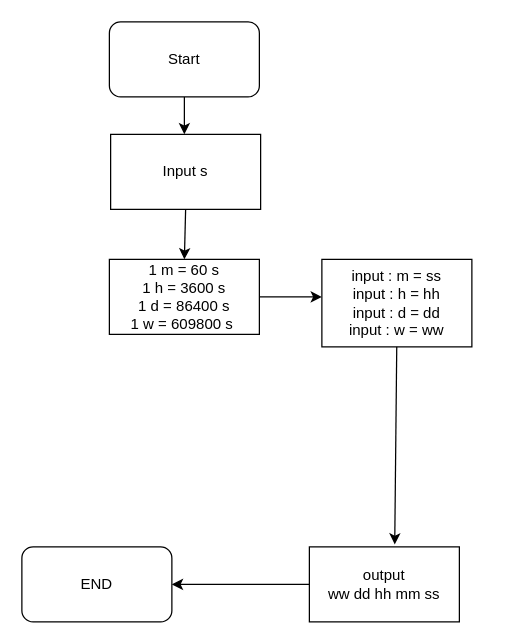
ajnacodes/Algorithms-and-Data-Structures---collab--with--Iris--Day-1 keeps this draw.io diagram as Daniela/intermediate1.drawio. Above is the earlier version. Source tidied: cells renumbered, new cells numbered last; positions are measured from the earlier drawing's top-left corner, leaving out a move shared by most shapes. Both pictures are drawn from the tidied source at 125%, with x=0, y=0 at pixel (21, 21).
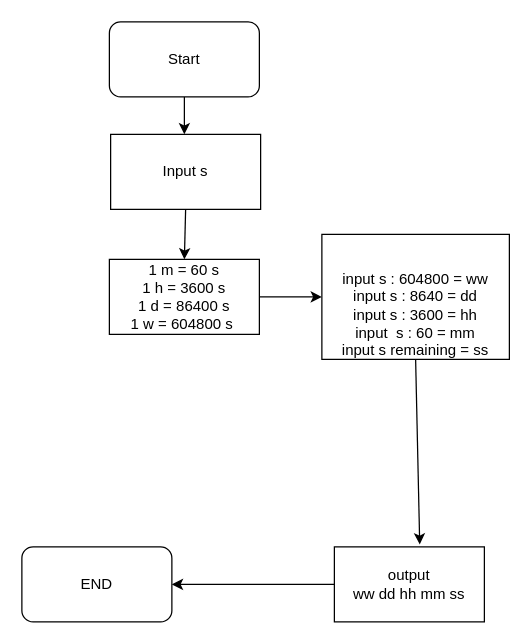
The same diagram, later.

The edit, as a diff of the source:
```diff
@@
 <mxGraphModel>
   <root>
     <mxCell id="0" />
     <mxCell id="1" parent="0" />
     <mxCell id="2" value="Start" style="rounded=1;whiteSpace=wrap;html=1;" parent="1" vertex="1">
       <mxGeometry x="70" width="120" height="60" as="geometry" />
     </mxCell>
     <mxCell id="3" style="endArrow=classic;html=1;exitX=0.5;exitY=1;exitDx=0;exitDy=0;" parent="1" edge="1" source="2">
       <mxGeometry relative="1" as="geometry">
         <mxPoint x="130" y="90" as="targetPoint" />
       </mxGeometry>
     </mxCell>
     <mxCell id="4" value="Input s" style="rounded=0;whiteSpace=wrap;html=1;" parent="1" vertex="1">
       <mxGeometry x="71" y="90" width="120" height="60" as="geometry" />
     </mxCell>
     <mxCell id="5" style="endArrow=classic;html=1;exitX=0.5;exitY=1;exitDx=0;exitDy=0;" parent="1" edge="1" source="4">
       <mxGeometry relative="1" as="geometry">
         <mxPoint x="130" y="190" as="targetPoint" />
       </mxGeometry>
     </mxCell>
-    <mxCell id="6" value="1 m = 60 s&lt;br&gt;1 h = 3600 s&lt;br&gt;1 d = 86400 s&lt;br&gt;1 w = 609800 s&amp;nbsp;" style="rounded=0;whiteSpace=wrap;html=1;" parent="1" vertex="1">
+    <mxCell id="6" value="1 m = 60 s&lt;br&gt;1 h = 3600 s&lt;br&gt;1 d = 86400 s&lt;br&gt;1 w = 604800 s&amp;nbsp;" style="rounded=0;whiteSpace=wrap;html=1;" parent="1" vertex="1">
       <mxGeometry x="70" y="190" width="120" height="60" as="geometry" />
     </mxCell>
     <mxCell id="7" value="output&lt;br&gt;ww dd hh mm ss" style="rounded=0;whiteSpace=wrap;html=1;" parent="1" vertex="1">
-      <mxGeometry x="230" y="420" width="120" height="60" as="geometry" />
+      <mxGeometry x="250" y="420" width="120" height="60" as="geometry" />
     </mxCell>
     <mxCell id="8" value="END" style="rounded=1;whiteSpace=wrap;html=1;" parent="1" vertex="1">
       <mxGeometry y="420" width="120" height="60" as="geometry" />
     </mxCell>
     <mxCell id="9" style="endArrow=classic;html=1;exitX=0;exitY=0.5;exitDx=0;exitDy=0;entryX=1;entryY=0.5;entryDx=0;entryDy=0;" parent="1" edge="1" source="7" target="8">
       <mxGeometry relative="1" as="geometry" />
     </mxCell>
     <mxCell id="10" style="endArrow=classic;html=1;exitX=1;exitY=0.5;exitDx=0;exitDy=0;entryX=0;entryY=0.5;entryDx=0;entryDy=0;" parent="1" edge="1" source="6">
       <mxGeometry relative="1" as="geometry">
         <mxPoint x="240" y="220" as="targetPoint" />
       </mxGeometry>
     </mxCell>
-    <mxCell id="11" style="endArrow=classic;html=1;exitX=0.5;exitY=1;exitDx=0;exitDy=0;entryX=0.569;entryY=-0.033;entryDx=0;entryDy=0;entryPerimeter=0;" parent="1" edge="1" target="7">
-      <mxGeometry relative="1" as="geometry">
-        <mxPoint x="300" y="250" as="sourcePoint" />
-      </mxGeometry>
+    <mxCell id="11" style="endArrow=classic;html=1;exitX=0.5;exitY=1;exitDx=0;exitDy=0;entryX=0.569;entryY=-0.033;entryDx=0;entryDy=0;entryPerimeter=0;startArrow=none;" parent="1" edge="1" source="12" target="7">
+      <mxGeometry relative="1" as="geometry" />
     </mxCell>
-    <mxCell id="12" value="input : m = ss&lt;br&gt;input : h = hh&lt;br&gt;input : d = dd&lt;br&gt;input : w = ww" style="rounded=0;whiteSpace=wrap;html=1;" parent="1" vertex="1">
-      <mxGeometry x="240" y="190" width="120" height="70" as="geometry" />
+    <mxCell id="12" value="&lt;br&gt;&lt;br&gt;input s : 604800 = ww&lt;br&gt;input s : 8640 = dd&lt;br&gt;input s : 3600 = hh&lt;br&gt;input&amp;nbsp; s : 60 = mm&lt;br&gt;input s remaining = ss&lt;br&gt;" style="rounded=0;whiteSpace=wrap;html=1;" parent="1" vertex="1">
+      <mxGeometry x="240" y="170" width="150" height="100" as="geometry" />
     </mxCell>
   </root>
 </mxGraphModel>
```
